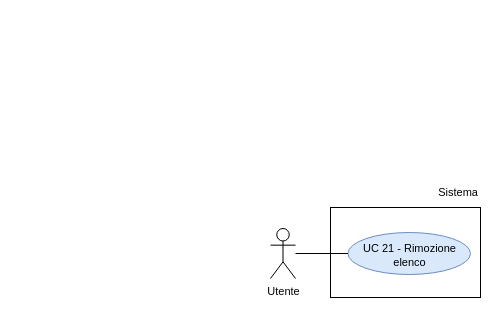
thebitless-group-swe/thebitless.github.io keeps this draw.io diagram as RTB/doc_esterna/analisi-dei-requisiti/assets/draw.io/UC21.drawio. Above is the earlier version. Source tidied: cells renumbered, new cells numbered last; positions are measured from the earlier drawing's top-left corner, leaving out a move shared by most shapes. Both pictures are drawn from the tidied source at 100%, with x=0, y=0 at pixel (270, 177).
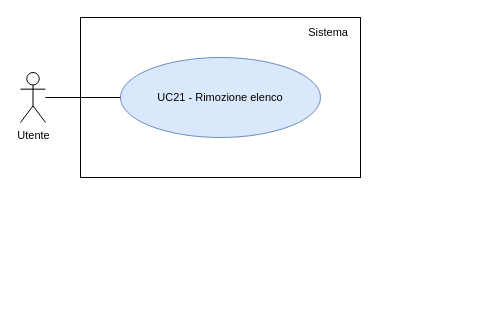
The same diagram, later.

Diff of the diagram source:
```diff
@@
 <mxGraphModel>
   <root>
     <mxCell id="0" />
     <mxCell id="1" parent="0" />
     <mxCell id="2" value="Utente" style="shape=umlActor;verticalLabelPosition=bottom;verticalAlign=top;html=1;outlineConnect=0;fontSize=11;" parent="1" vertex="1">
-      <mxGeometry y="51" width="25" height="50" as="geometry" />
+      <mxGeometry x="-250" y="-105" width="25" height="50" as="geometry" />
     </mxCell>
-    <mxCell id="3" style="rounded=0;whiteSpace=wrap;html=1;strokeWidth=1;" parent="1" vertex="1">
-      <mxGeometry x="60" y="30" width="150" height="90" as="geometry" />
-    </mxCell>
+    <mxCell id="8" style="rounded=0;whiteSpace=wrap;html=1;strokeWidth=1;" parent="1" vertex="1">
+      <mxGeometry x="-190" y="-160" width="280" height="160" as="geometry" />
+    </mxCell>
     <mxCell id="4" value="Sistema" style="text;html=1;whiteSpace=wrap;strokeColor=none;fillColor=none;align=right;verticalAlign=middle;fontSize=11;" parent="1" vertex="1">
-      <mxGeometry x="150" width="60" height="30" as="geometry" />
+      <mxGeometry x="10" y="-155" width="70" height="20" as="geometry" />
     </mxCell>
-    <mxCell id="5" value="UC 21 - Rimozione elenco" style="ellipse;whiteSpace=wrap;html=1;fillColor=#dae8fc;strokeColor=#6c8ebf;fontSize=11;convertToSvg=1;svgWhiteSpace=wrap;labelBorderColor=none;labelBackgroundColor=none;spacingBottom=-3;" parent="1" vertex="1">
-      <mxGeometry x="77.5" y="55" width="122.5" height="42" as="geometry" />
-    </mxCell>
-    <mxCell id="6" style="edgeStyle=none;rounded=0;jettySize=auto;html=1;endArrow=none;endFill=0;" parent="1" edge="1" source="2" target="5">
-      <mxGeometry relative="1" as="geometry" />
-    </mxCell>
-    <mxCell id="7" style="edgeStyle=orthogonalEdgeStyle;rounded=0;orthogonalLoop=1;jettySize=auto;html=1;exitX=0.5;exitY=1;exitDx=0;exitDy=0;" parent="1" edge="1" source="4" target="4">
-      <mxGeometry relative="1" as="geometry" />
-    </mxCell>
+    <mxCell id="9" value="UC21 - Rimozione elenco" style="ellipse;whiteSpace=wrap;html=1;fillColor=#dae8fc;strokeColor=#6c8ebf;fontSize=11;" parent="1" vertex="1">
+      <mxGeometry x="-150" y="-120" width="200" height="80" as="geometry" />
+    </mxCell>
+    <mxCell id="10" style="edgeStyle=none;rounded=0;jettySize=auto;html=1;endArrow=none;endFill=0;" parent="1" edge="1" source="2" target="9">
+      <mxGeometry relative="1" as="geometry" />
+    </mxCell>
   </root>
 </mxGraphModel>
```
